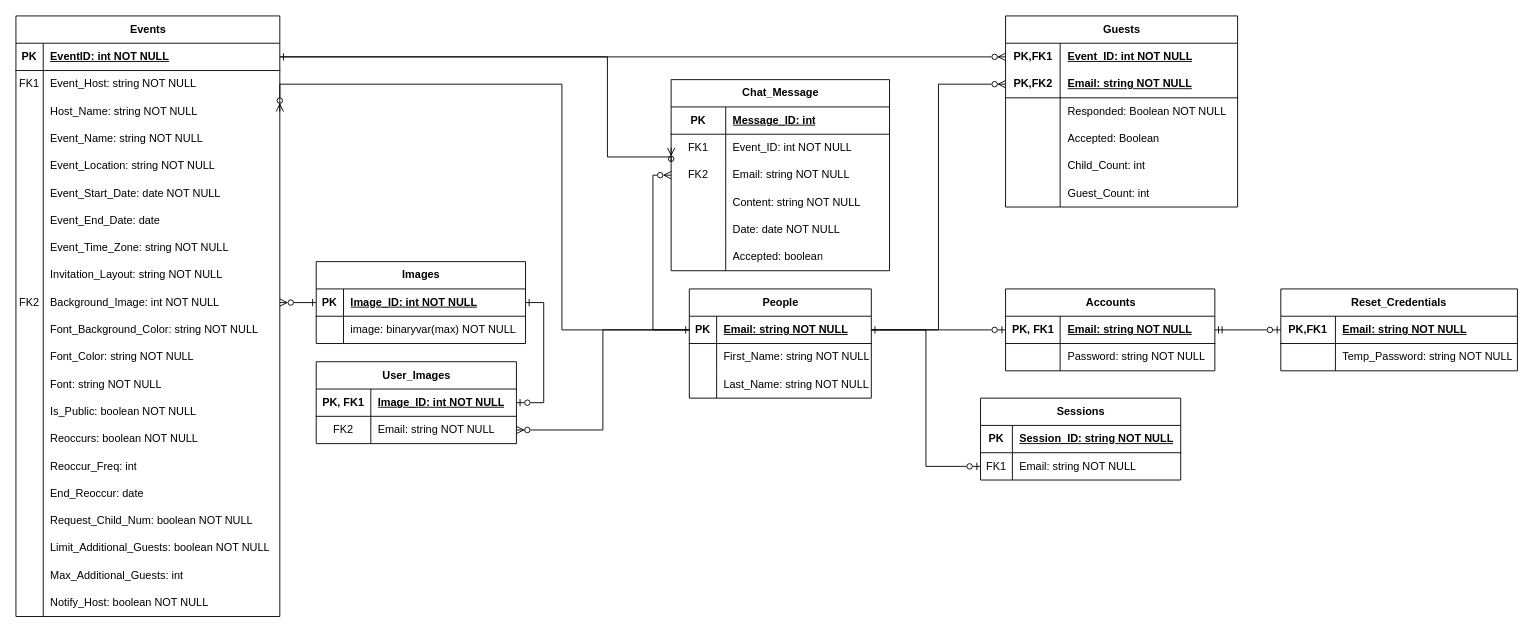
Above: Documents/AllEventlyERD.drawio in plewis10apsu/AllEvently (draw.io), before the change. Source tidied: cells renumbered, new cells numbered last; positions are measured from the earlier drawing's top-left corner, leaving out a move shared by most shapes. Both pictures are drawn from the tidied source at 91%, with x=0, y=0 at pixel (15, 15).
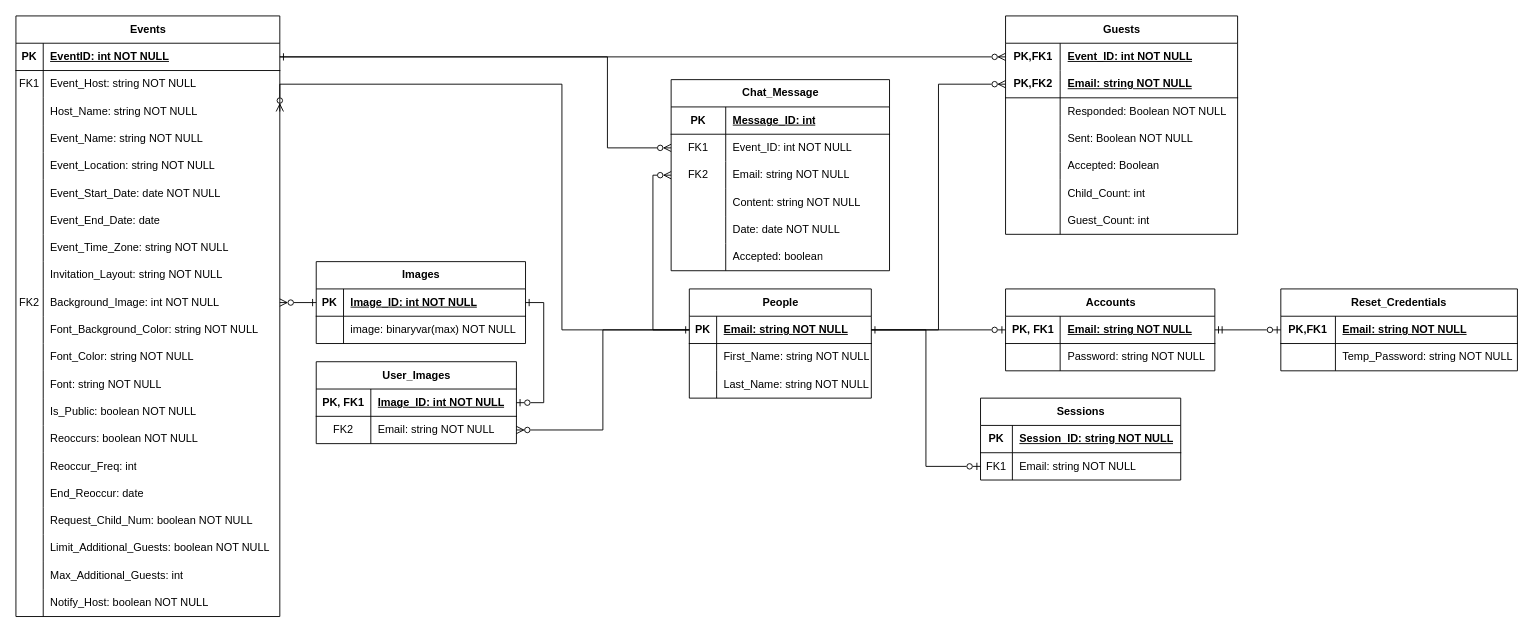
The same diagram, later.

Commit message (it also covers changes not shown here):
Update ERD and add ClassDiagram

The change refers to these unchanged cells:
```xml
<mxCell id="3" style="shape=tableRow;horizontal=0;startSize=0;swimlaneHead=0;swimlaneBody=0;fillColor=none;points=[[0,0.5],[1,0.5]];portConstraint=eastwest;top=0;left=0;right=0;bottom=1;" parent="2" vertex="1">
  <mxGeometry y="30" width="290" height="30" as="geometry" />
</mxCell>
<mxCell id="118" style="shape=tableRow;horizontal=0;startSize=0;swimlaneHead=0;swimlaneBody=0;fillColor=none;points=[[0,0.5],[1,0.5]];portConstraint=eastwest;top=0;left=0;right=0;bottom=0;" parent="114" vertex="1">
  <mxGeometry y="60" width="240" height="30" as="geometry" />
</mxCell>
```

The edit, as a diff of the source:
```diff
@@
     <mxCell id="76" value="Guests" style="shape=table;startSize=30;childLayout=tableLayout;rowLines=0;fontStyle=1;align=center;html=1;whiteSpace=wrap;" parent="1" vertex="1">
-      <mxGeometry x="1087.5" width="255" height="210" as="geometry" />
+      <mxGeometry x="1087.5" width="255" height="240" as="geometry" />
     </mxCell>
@@
+    <mxCell id="160" style="shape=tableRow;horizontal=0;startSize=0;swimlaneHead=0;swimlaneBody=0;fillColor=none;top=0;left=0;right=0;bottom=0;html=1;" parent="76" vertex="1">
+      <mxGeometry y="120" width="255" height="30" as="geometry" />
+    </mxCell>
+    <mxCell id="161" style="shape=partialRectangle;fillColor=none;top=0;left=0;bottom=0;right=0;overflow=hidden;html=1;whiteSpace=wrap;" parent="160" vertex="1">
+      <mxGeometry width="60" height="30" as="geometry" />
+    </mxCell>
+    <mxCell id="162" value="Sent: Boolean NOT NULL" style="shape=partialRectangle;fillColor=none;top=0;left=0;bottom=0;right=0;align=left;spacingLeft=6;overflow=hidden;html=1;whiteSpace=wrap;" parent="160" vertex="1">
+      <mxGeometry x="60" width="195" height="30" as="geometry" />
+    </mxCell>
     <mxCell id="86" style="shape=tableRow;horizontal=0;startSize=0;swimlaneHead=0;swimlaneBody=0;fillColor=none;top=0;left=0;right=0;bottom=0;html=1;" parent="76" vertex="1">
-      <mxGeometry y="120" width="255" height="30" as="geometry" />
+      <mxGeometry y="150" width="255" height="30" as="geometry" />
     </mxCell>
@@
     <mxCell id="89" style="shape=tableRow;horizontal=0;startSize=0;swimlaneHead=0;swimlaneBody=0;fillColor=none;top=0;left=0;right=0;bottom=0;html=1;" parent="76" vertex="1">
-      <mxGeometry y="150" width="255" height="30" as="geometry" />
+      <mxGeometry y="180" width="255" height="30" as="geometry" />
     </mxCell>
@@
     <mxCell id="92" style="shape=tableRow;horizontal=0;startSize=0;swimlaneHead=0;swimlaneBody=0;fillColor=none;top=0;left=0;right=0;bottom=0;html=1;" parent="76" vertex="1">
-      <mxGeometry y="180" width="255" height="30" as="geometry" />
+      <mxGeometry y="210" width="255" height="30" as="geometry" />
     </mxCell>
@@
     <mxCell id="133" style="edgeStyle=orthogonalEdgeStyle;rounded=0;jettySize=auto;html=1;exitX=1;exitY=0.5;exitDx=0;exitDy=0;entryX=0;entryY=0.5;entryDx=0;entryDy=0;endArrow=ERzeroToMany;endFill=0;" parent="1" edge="1" source="3" target="118">
       <mxGeometry relative="1" as="geometry">
         <Array as="points">
           <mxPoint x="650" y="45" />
-          <mxPoint x="650" y="155" />
+          <mxPoint x="650" y="145" />
         </Array>
       </mxGeometry>
     </mxCell>
```
